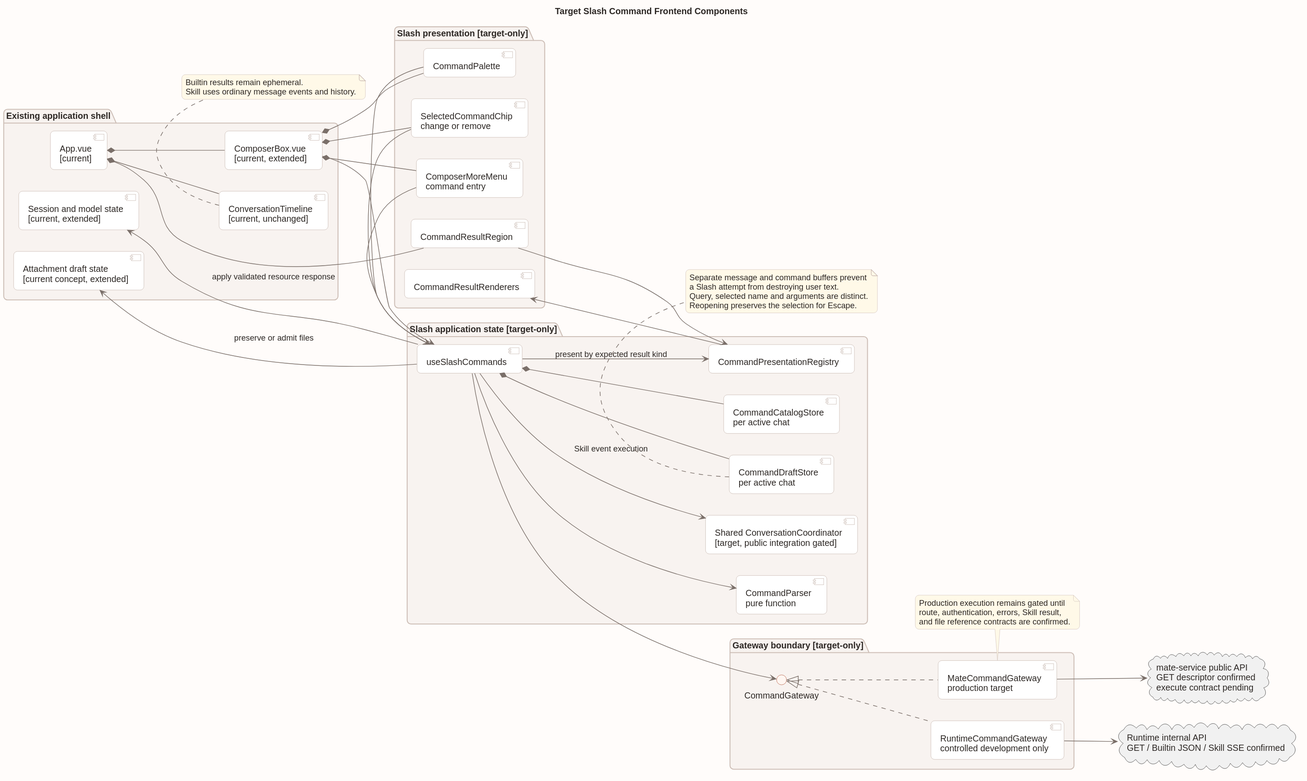
The PlantUML diagram 04-命令与技能/00-Slash-Command通用模块/前端设计/target_slash_command_frontend_components.svg in ssm0808/pi-mono-java-design, before a commit.
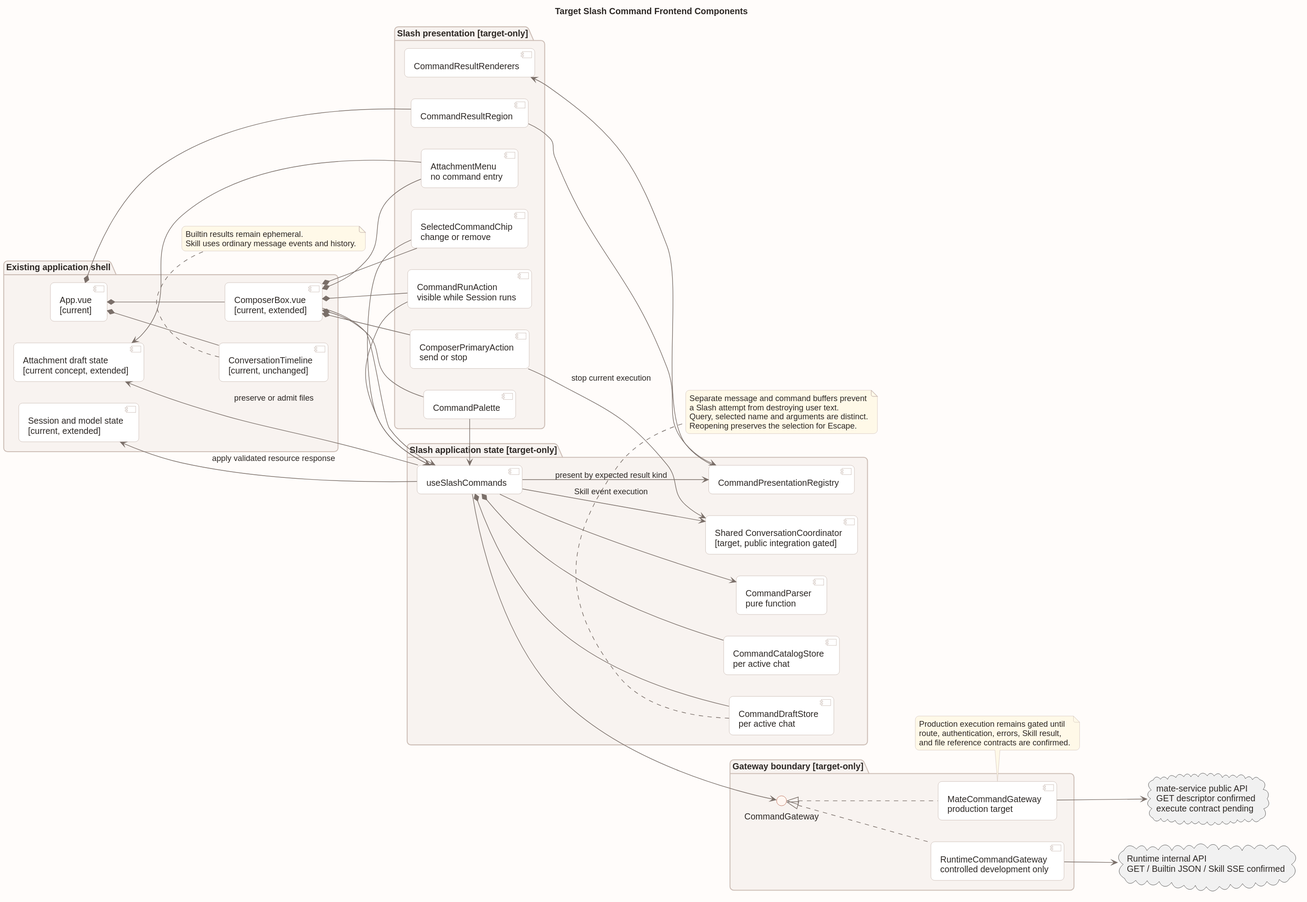
After the commit.

Change to the diagram source:
```diff
@@ -27,7 +27,9 @@
 }
 
 package "Slash presentation [target-only]" as PresentationPkg {
-  component "ComposerMoreMenu\ncommand entry" as MoreMenu
+  component "AttachmentMenu\nno command entry" as MoreMenu
+  component "CommandRunAction\nvisible while Session runs" as RunAction
+  component "ComposerPrimaryAction\nsend or stop" as PrimaryAction
   component "CommandPalette" as Palette
   component "SelectedCommandChip\nchange or remove" as CommandChip
   component "CommandResultRegion" as ResultRegion
@@ -56,10 +58,14 @@
 App *-- Timeline
 App *-- ResultRegion
 Composer *-- MoreMenu
+Composer *-- RunAction
+Composer *-- PrimaryAction
 Composer *-- Palette
 Composer *-- CommandChip
 Composer --> UseSlash
-MoreMenu --> UseSlash
+MoreMenu --> AttachmentState
+RunAction --> UseSlash
+PrimaryAction --> Conversation : stop current execution
 CommandChip --> UseSlash
 Palette --> UseSlash
 ResultRegion --> Registry
```
